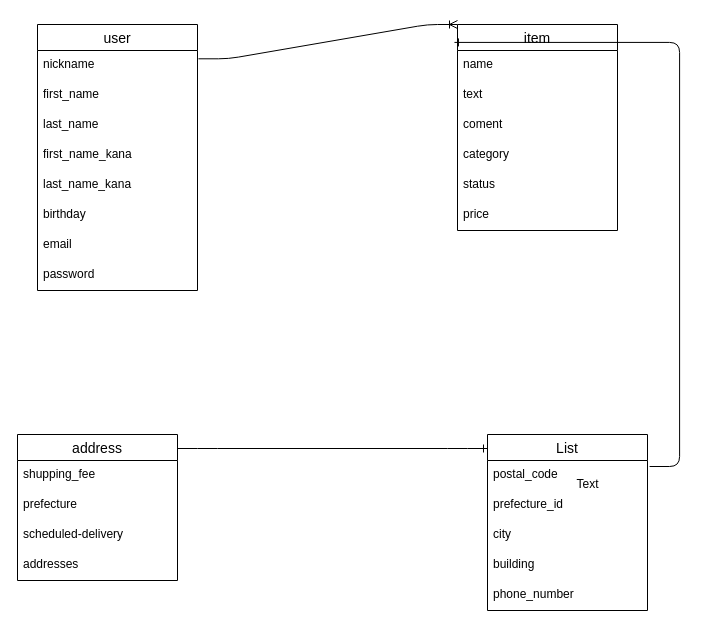
Before: test.dio in hiroki1600/furima--28131-, a draw.io diagram. Source tidied: cells renumbered, new cells numbered last; positions are measured from the earlier drawing's top-left corner, leaving out a move shared by most shapes. Both pictures are drawn from the tidied source at 100%, with x=0, y=0 at pixel (17, 24).
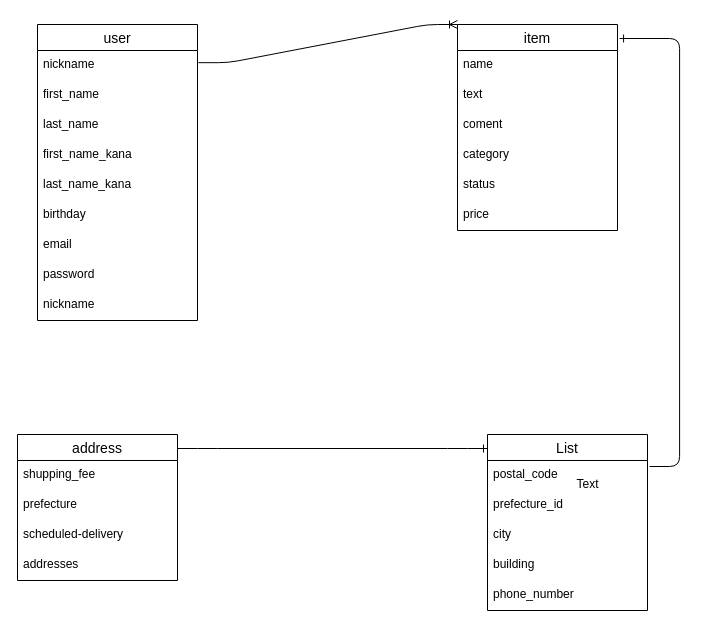
After the change.

Unchanged cells that the change refers to:
```xml
<mxCell id="3" value="item" style="swimlane;fontStyle=0;horizontal=1;startSize=26;align=center;fontSize=14;" parent="1" vertex="1">
  <mxGeometry x="440" width="160" height="206" as="geometry" />
</mxCell>
```

What changed in the source:
```diff
@@
-    <mxCell id="10" style="edgeStyle=entityRelationEdgeStyle;fontSize=12;html=1;endArrow=ERone;endFill=1;exitX=1.013;exitY=0.2;exitDx=0;exitDy=0;exitPerimeter=0;entryX=-0.019;entryY=0.087;entryDx=0;entryDy=0;entryPerimeter=0;" parent="1" edge="1" target="3">
+    <mxCell id="10" style="edgeStyle=entityRelationEdgeStyle;fontSize=12;html=1;endArrow=ERone;endFill=1;exitX=1.013;exitY=0.2;exitDx=0;exitDy=0;exitPerimeter=0;entryX=1.013;entryY=0.068;entryDx=0;entryDy=0;entryPerimeter=0;" parent="1" edge="1" target="3">
       <mxGeometry relative="1" as="geometry">
         <mxPoint x="632.1" y="442" as="sourcePoint" />
       </mxGeometry>
     </mxCell>
@@
     <mxCell id="12" value="user" style="swimlane;fontStyle=0;horizontal=1;startSize=26;align=center;fontSize=14;" parent="1" vertex="1">
-      <mxGeometry x="20" width="160" height="266" as="geometry" />
+      <mxGeometry x="20" width="160" height="296" as="geometry" />
     </mxCell>
@@
+    <mxCell id="33" value="nickname" style="text;strokeColor=none;fillColor=none;spacingLeft=4;spacingRight=4;overflow=hidden;fontSize=12;" parent="12" vertex="1">
+      <mxGeometry y="266" width="160" height="30" as="geometry" />
+    </mxCell>
```
